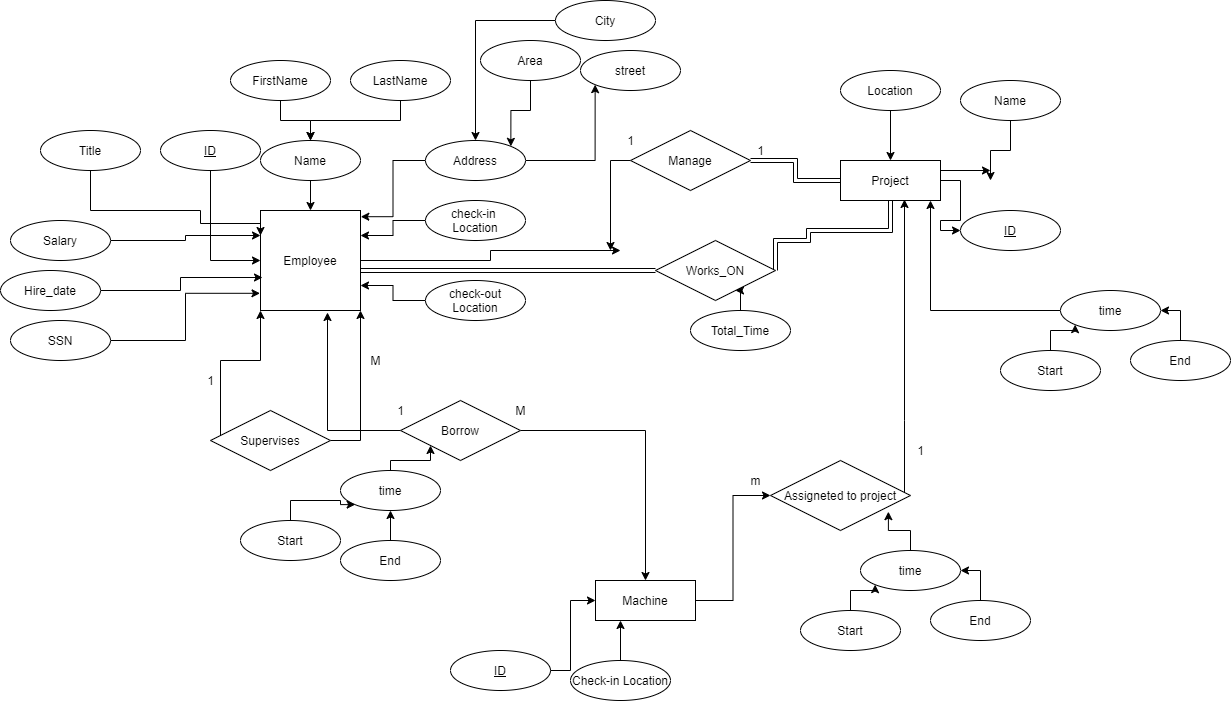
Earlier version of the draw.io export ERD.png (aymanred121/IGEC-Logging-App-Project). Source tidied: cells renumbered, new cells last; positions are measured from the earlier drawing's top-left corner, leaving out a move shared by most shapes.
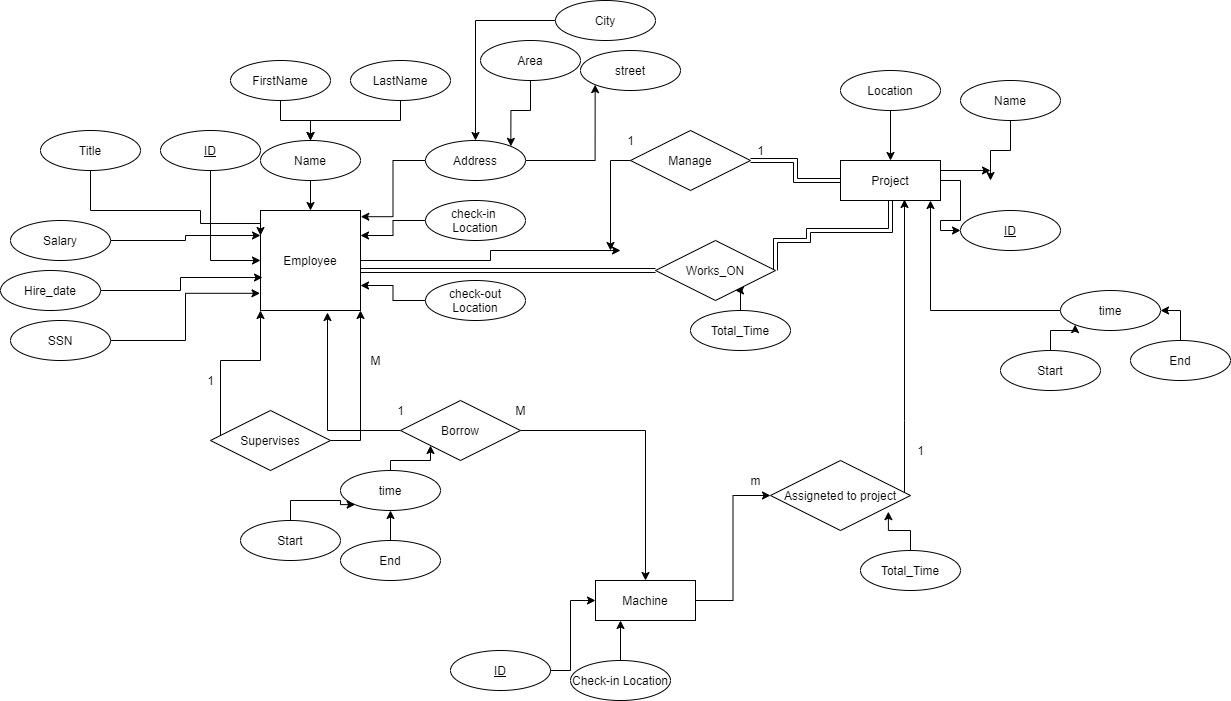
The same diagram one commit later.

Change to the diagram source:
```diff
@@ -276,21 +276,9 @@
     <mxCell id="75" style="edgeStyle=orthogonalEdgeStyle;rounded=0;jettySize=auto;html=1;entryX=0.842;entryY=0.731;entryDx=0;entryDy=0;entryPerimeter=0;strokeColor=#000000;strokeWidth=1;" parent="1" edge="1" source="76" target="72">
       <mxGeometry relative="1" as="geometry" />
     </mxCell>
-    <mxCell id="76" value="time" style="ellipse;whiteSpace=wrap;html=1;align=center;" parent="1" vertex="1">
+    <mxCell id="76" value="Total_Time" style="ellipse;whiteSpace=wrap;html=1;align=center;" parent="1" vertex="1">
       <mxGeometry x="860" y="550" width="100" height="40" as="geometry" />
     </mxCell>
-    <mxCell id="77" style="edgeStyle=orthogonalEdgeStyle;rounded=0;jettySize=auto;html=1;entryX=1;entryY=0.5;entryDx=0;entryDy=0;strokeColor=#000000;strokeWidth=1;" parent="1" edge="1" source="78" target="76">
-      <mxGeometry relative="1" as="geometry" />
-    </mxCell>
-    <mxCell id="78" value="End" style="ellipse;whiteSpace=wrap;html=1;align=center;" parent="1" vertex="1">
-      <mxGeometry x="930" y="600" width="100" height="40" as="geometry" />
-    </mxCell>
-    <mxCell id="79" style="edgeStyle=orthogonalEdgeStyle;rounded=0;jettySize=auto;html=1;entryX=0;entryY=1;entryDx=0;entryDy=0;strokeColor=#000000;strokeWidth=1;" parent="1" edge="1" source="80" target="76">
-      <mxGeometry relative="1" as="geometry" />
-    </mxCell>
-    <mxCell id="80" value="Start" style="ellipse;whiteSpace=wrap;html=1;align=center;" parent="1" vertex="1">
-      <mxGeometry x="800" y="610" width="100" height="40" as="geometry" />
-    </mxCell>
     <mxCell id="81" value="street" style="ellipse;whiteSpace=wrap;html=1;align=center;" parent="1" vertex="1">
       <mxGeometry x="580" y="50" width="100" height="40" as="geometry" />
     </mxCell>
```
